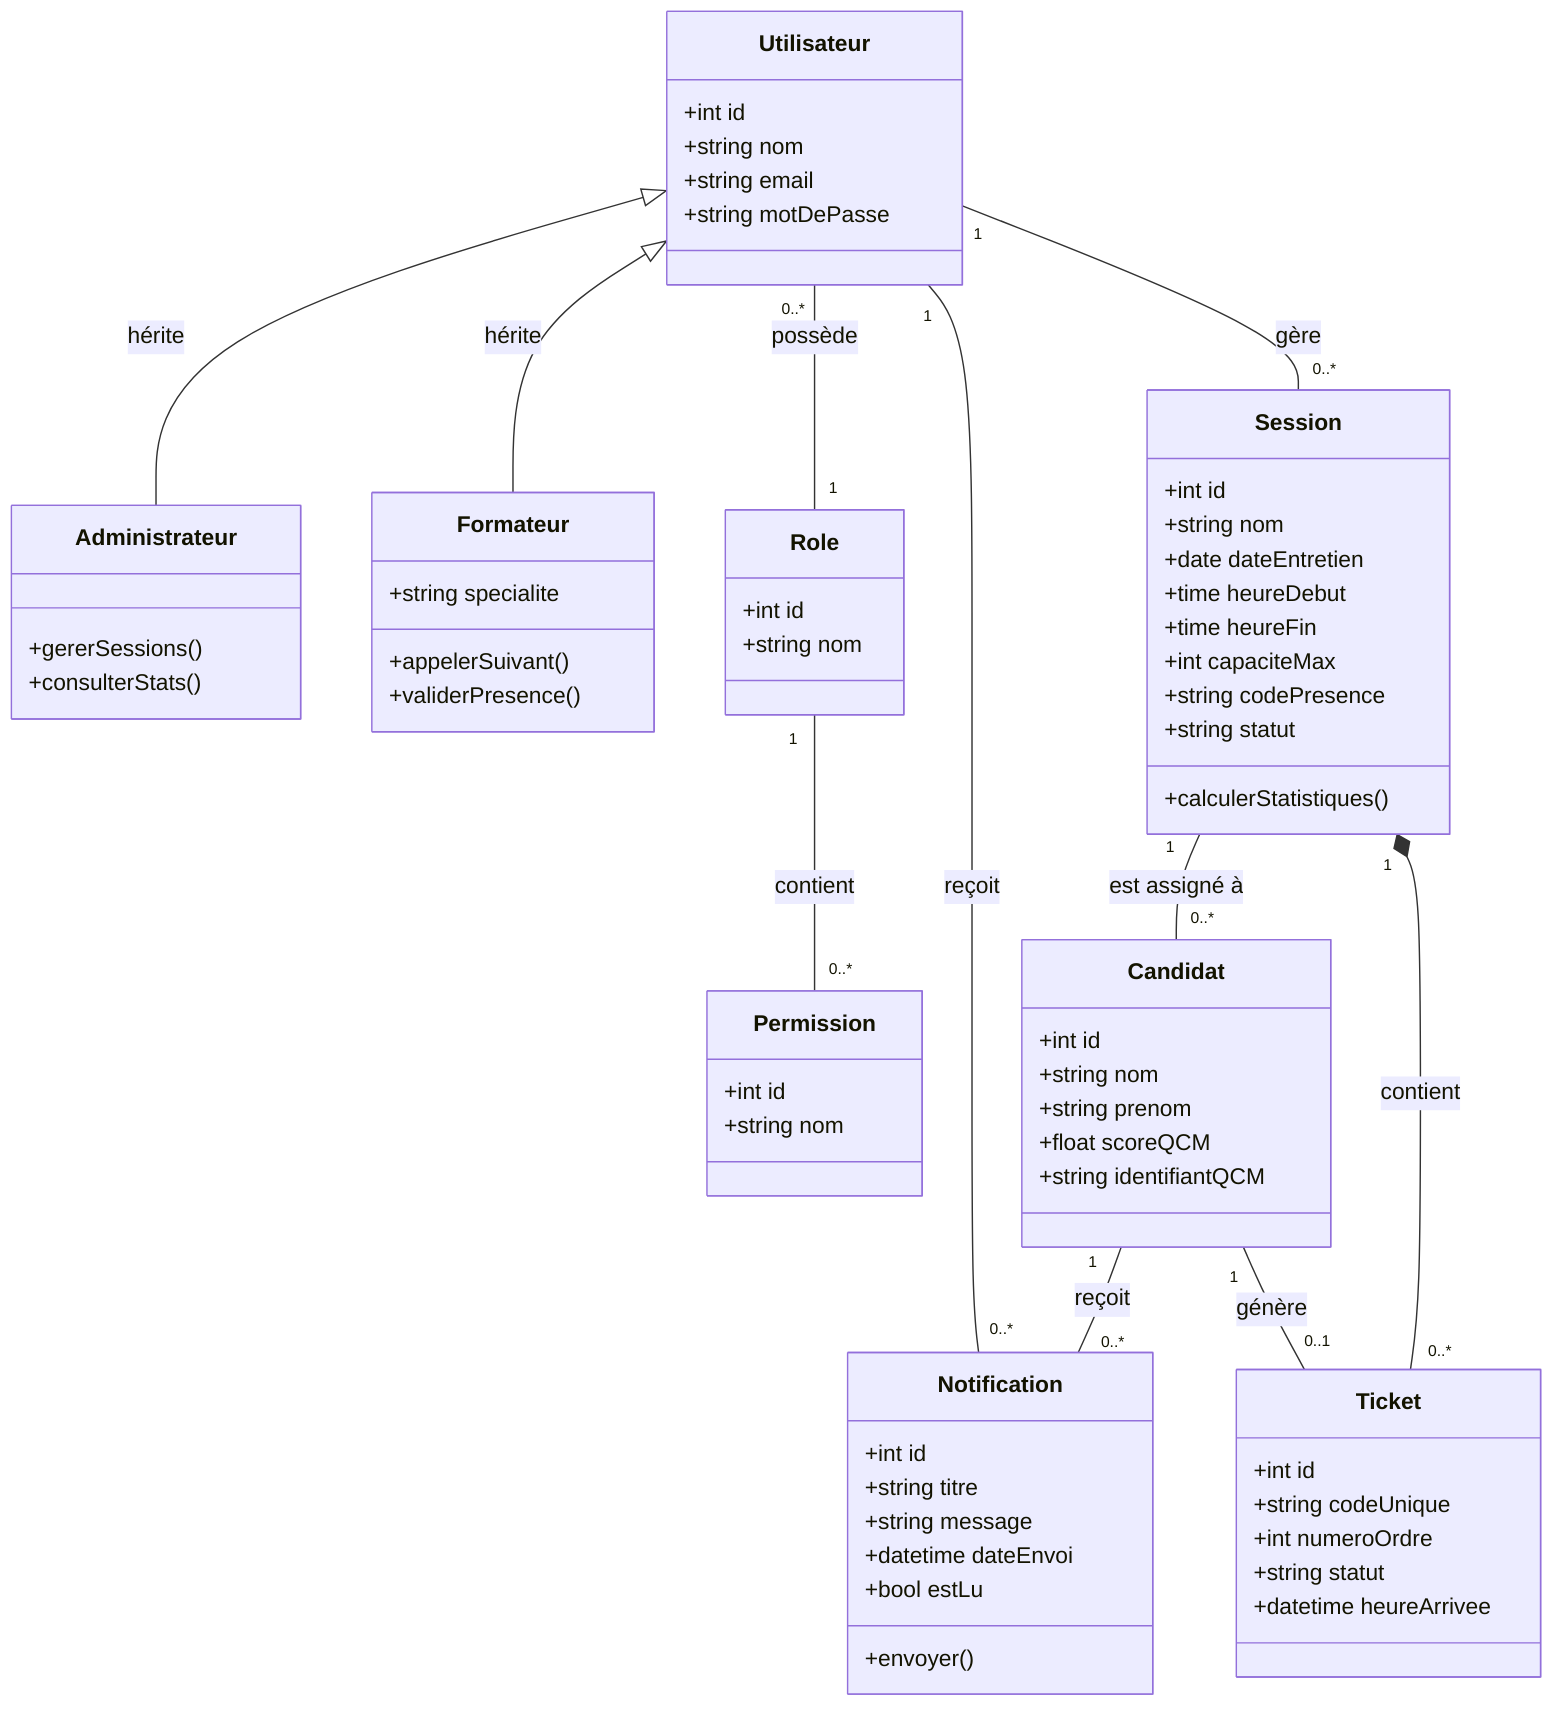
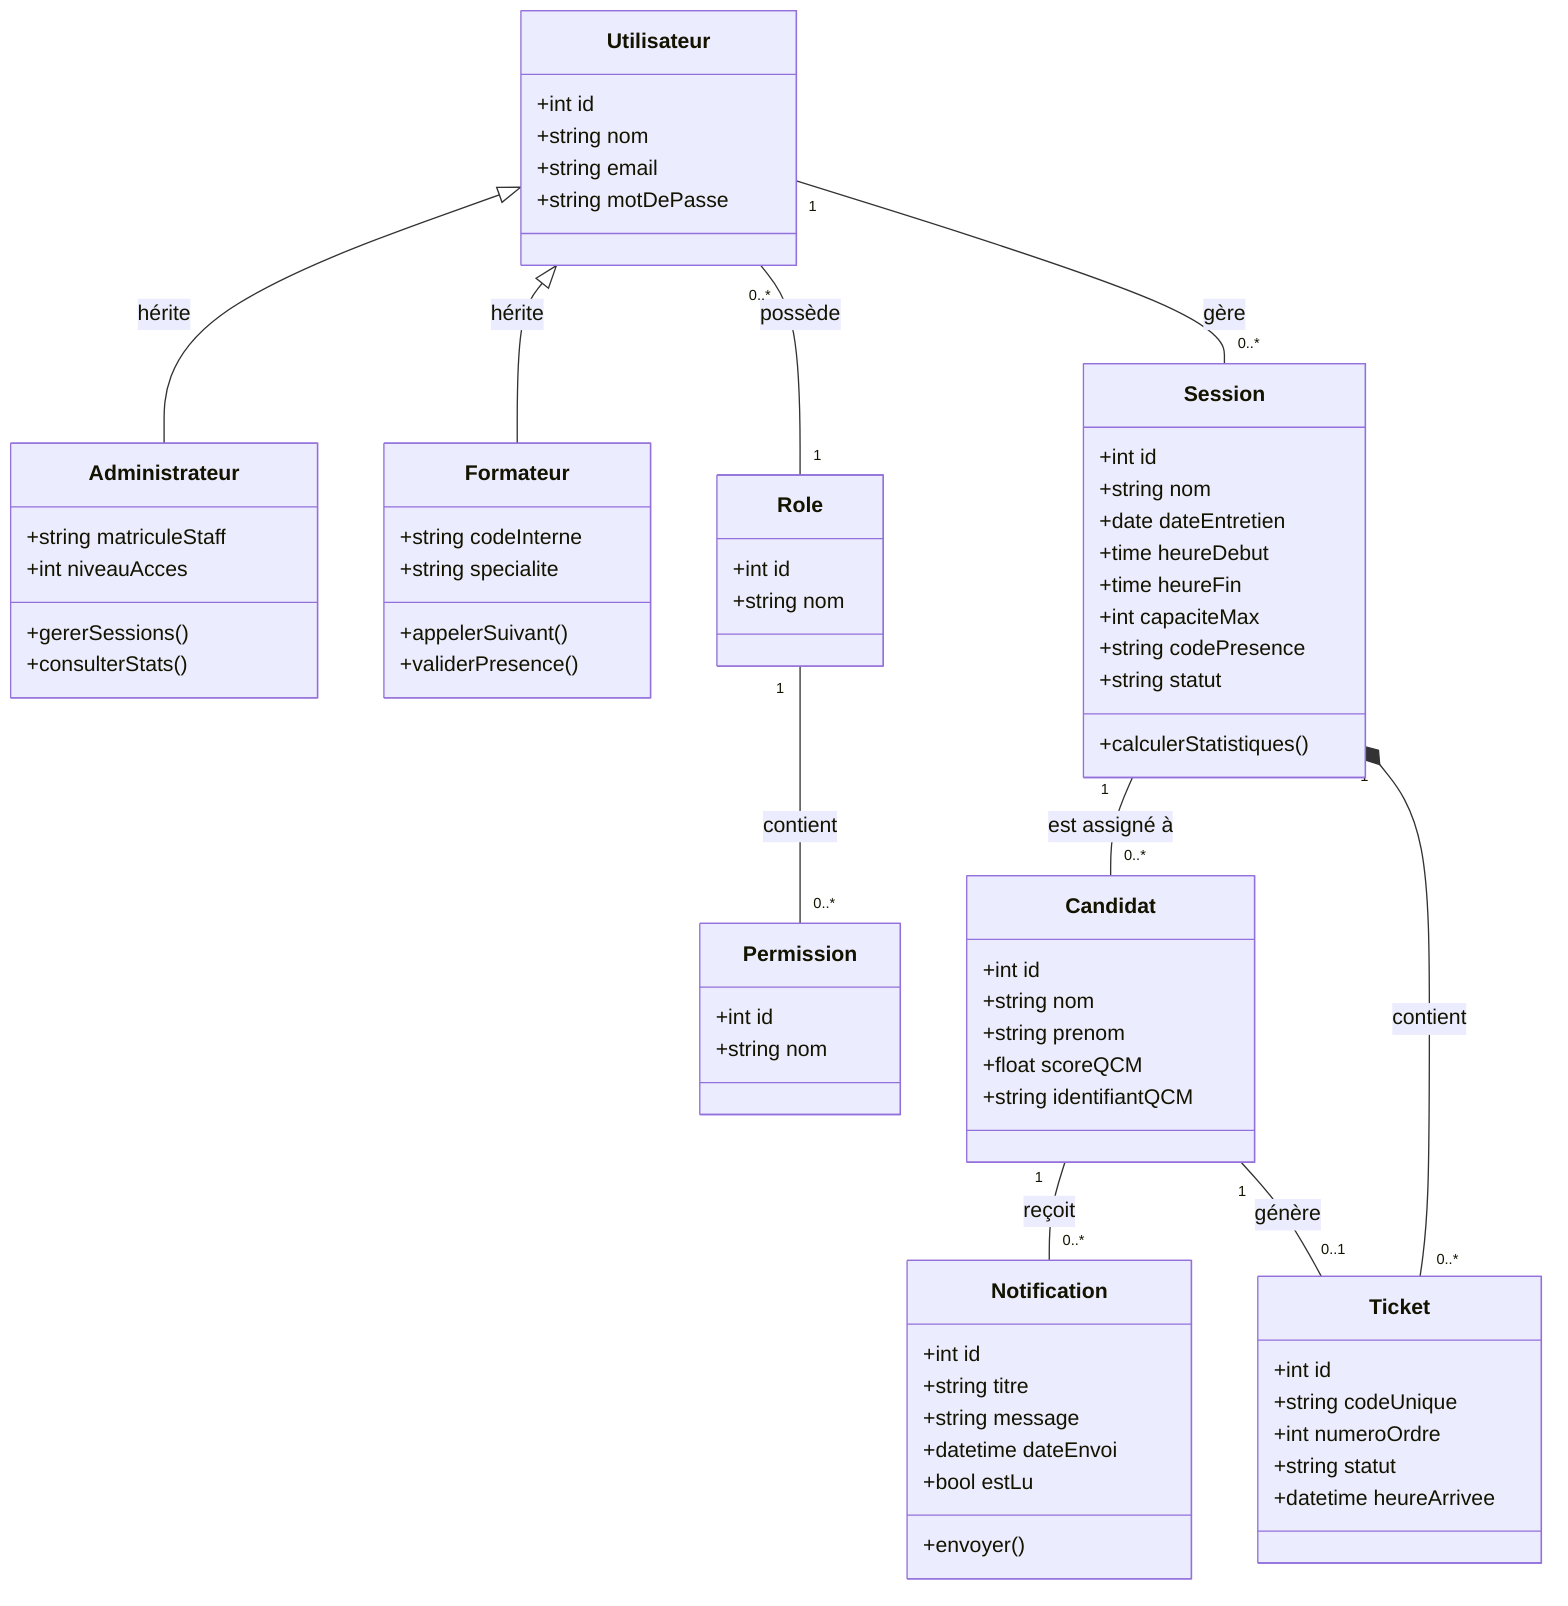
classDiagram
    %% Classe Parent
    class Utilisateur {
        +int id
        +string nom
        +string email
        +string motDePasse
    }

-     %% Héritage corrigé
+     %% Héritage avec attributs uniques pour le Staff
    class Administrateur {
+         +string matriculeStaff
+         +int niveauAcces
        +gererSessions()
        +consulterStats()
    }

    class Formateur {
+         +string codeInterne
        +string specialite
        +appelerSuivant()
        +validerPresence()
    }

    Utilisateur <|-- Administrateur : hérite
    Utilisateur <|-- Formateur : hérite

-     %% Nouvelle entité réclamée par le prof
+     %% Entité Notification
    class Notification {
        +int id
        +string titre
        +string message
        +datetime dateEnvoi
        +bool estLu
        +envoyer()
    }

    class Role {
        +int id
        +string nom
    }

    class Permission {
        +int id
        +string nom
    }

    class Session {
        +int id
        +string nom
        +date dateEntretien
        +time heureDebut
        +time heureFin
        +int capaciteMax
        +string codePresence
        +string statut
        +calculerStatistiques()
    }

    class Candidat {
        +int id
        +string nom
        +string prenom
        +float scoreQCM
        +string identifiantQCM
    }

    class Ticket {
        +int id
        +string codeUnique
        +int numeroOrdre
        +string statut
        +datetime heureArrivee
    }

+     %% Relations
    Utilisateur "0..*" -- "1" Role : possède
    Role "1" -- "0..*" Permission : contient
    Utilisateur "1" -- "0..*" Session : gère

-     Utilisateur "1" -- "0..*" Notification : reçoit
+     %% SEUL LE CANDIDAT REÇOIT DES NOTIFICATIONS
    Candidat "1" -- "0..*" Notification : reçoit

    Session "1" -- "0..*" Candidat : est assigné à
    Candidat "1" -- "0..1" Ticket : génère
    Session "1" *-- "0..*" Ticket : contient